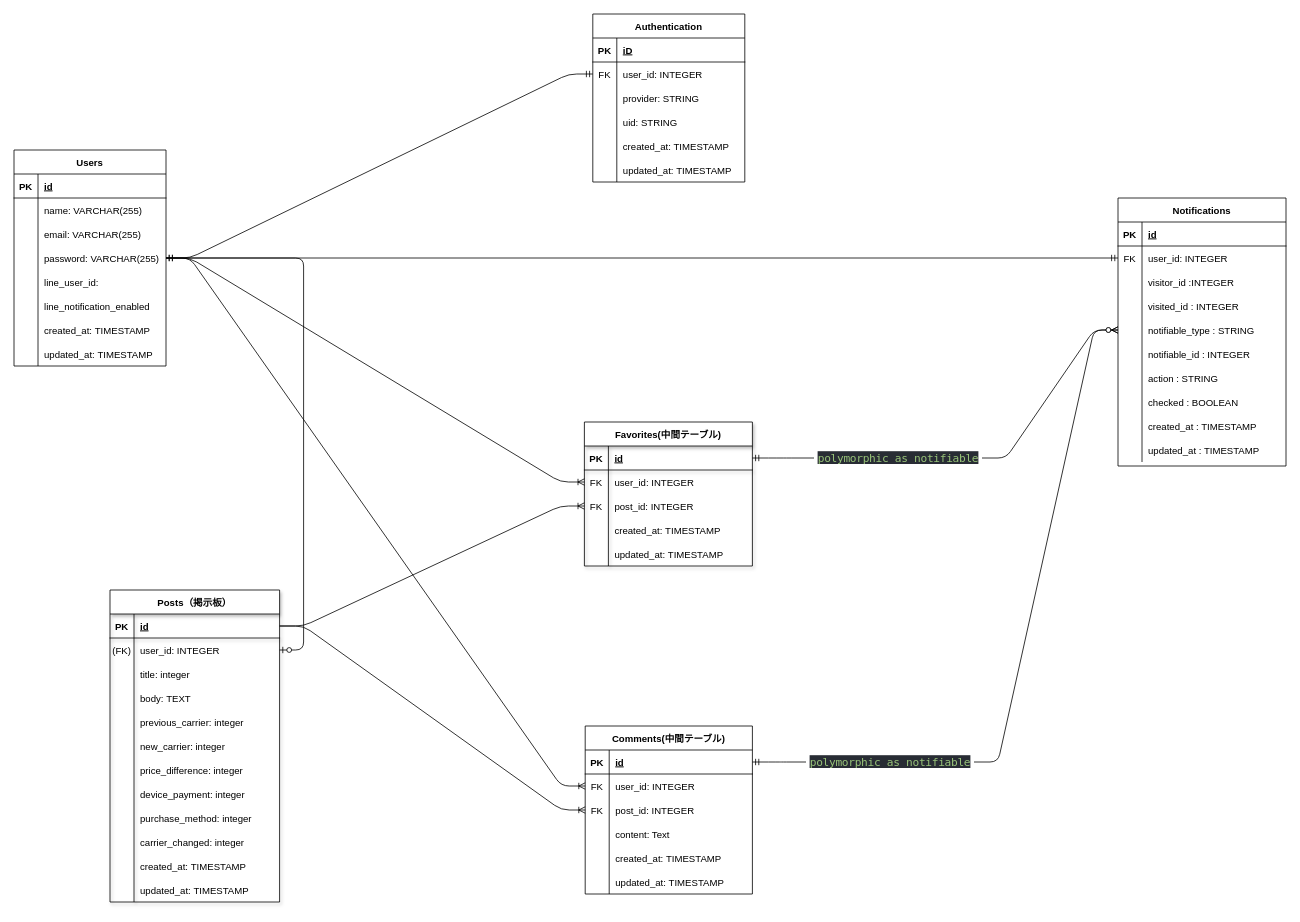
Before: ER.drawio in nosuke1024/tonaritsushin, a draw.io diagram. Source tidied: cells renumbered, new cells numbered last; positions are measured from the earlier drawing's top-left corner, leaving out a move shared by most shapes. Both pictures are drawn from the tidied source at 80%, with x=0, y=0 at pixel (14, 14).
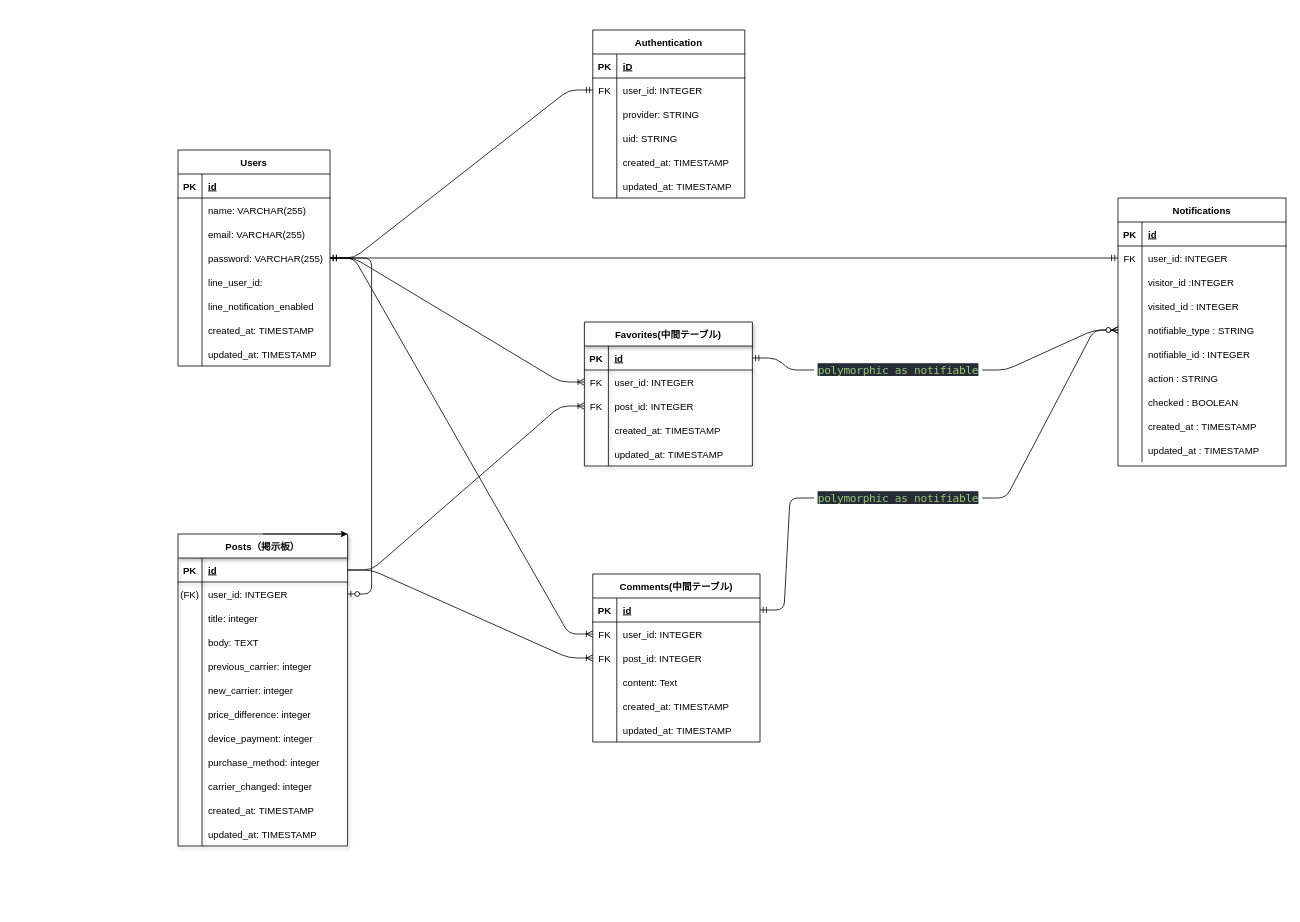
Above is the later version.

Diff of the diagram source:
```diff
@@
     <mxCell id="2" value="Posts（掲示板）" style="shape=table;startSize=30;childLayout=tableLayout;rowLines=0;fontStyle=1;align=center;shadow=1;" parent="1" vertex="1">
-      <mxGeometry x="120" y="720" width="212" height="390" as="geometry" />
+      <mxGeometry x="205" y="650" width="212" height="390" as="geometry" />
     </mxCell>
@@
     <mxCell id="39" value="Favorites(中間テーブル)" style="shape=table;startSize=30;childLayout=tableLayout;rowLines=0;fontStyle=1;align=center;shadow=1;" parent="1" vertex="1">
-      <mxGeometry x="713" y="510" width="210" height="180" as="geometry" />
+      <mxGeometry x="713" y="385" width="210" height="180" as="geometry" />
     </mxCell>
@@
     <mxCell id="58" value="Users" style="shape=table;startSize=30;childLayout=tableLayout;rowLines=0;fontStyle=1;align=center;" parent="1" vertex="1">
-      <mxGeometry y="170" width="190" height="270" as="geometry" />
+      <mxGeometry x="205" y="170" width="190" height="270" as="geometry" />
     </mxCell>
@@
     <mxCell id="83" value="Comments(中間テーブル)" style="shape=table;startSize=30;childLayout=tableLayout;rowLines=0;fontStyle=1;align=center;" parent="1" vertex="1">
-      <mxGeometry x="714" y="890" width="209" height="210" as="geometry" />
+      <mxGeometry x="723.5" y="700" width="209" height="210" as="geometry" />
     </mxCell>
@@
     <mxCell id="138" value="&lt;span style=&quot;color: rgb(152, 195, 121); font-family: &amp;quot;Fira Code&amp;quot;, &amp;quot;Fira Mono&amp;quot;, Menlo, Consolas, &amp;quot;DejaVu Sans Mono&amp;quot;, monospace; font-size: 14px; letter-spacing: -0.4px; text-align: left; background-color: rgb(40, 44, 52);&quot;&gt;polymorphic as notifiable&lt;/span&gt;" style="text;html=1;align=center;verticalAlign=middle;points=[];strokeColor=none;fillColor=none;" parent="1" vertex="1">
-      <mxGeometry x="990" y="920" width="210" height="30" as="geometry" />
+      <mxGeometry x="1000" y="590" width="210" height="30" as="geometry" />
     </mxCell>
@@
     <mxCell id="140" value="&lt;span style=&quot;color: rgb(152, 195, 121); font-family: &amp;quot;Fira Code&amp;quot;, &amp;quot;Fira Mono&amp;quot;, Menlo, Consolas, &amp;quot;DejaVu Sans Mono&amp;quot;, monospace; font-size: 14px; letter-spacing: -0.4px; text-align: left; background-color: rgb(40, 44, 52);&quot;&gt;polymorphic as notifiable&lt;/span&gt;" style="text;html=1;align=center;verticalAlign=middle;points=[];strokeColor=none;fillColor=none;" parent="1" vertex="1">
-      <mxGeometry x="1000" y="540" width="210" height="30" as="geometry" />
+      <mxGeometry x="1000" y="430" width="210" height="30" as="geometry" />
     </mxCell>
     <mxCell id="141" value="Authentication" style="shape=table;startSize=30;childLayout=tableLayout;rowLines=0;fontStyle=1;align=center;" parent="1" vertex="1">
-      <mxGeometry x="723.5" width="190" height="210" as="geometry" />
+      <mxGeometry x="723.5" y="20" width="190" height="210" as="geometry" />
     </mxCell>
@@
+    <mxCell id="162" style="edgeStyle=none;html=1;exitX=0.5;exitY=0;exitDx=0;exitDy=0;entryX=1;entryY=0;entryDx=0;entryDy=0;" parent="1" edge="1" source="2" target="2">
+      <mxGeometry relative="1" as="geometry" />
+    </mxCell>
```
